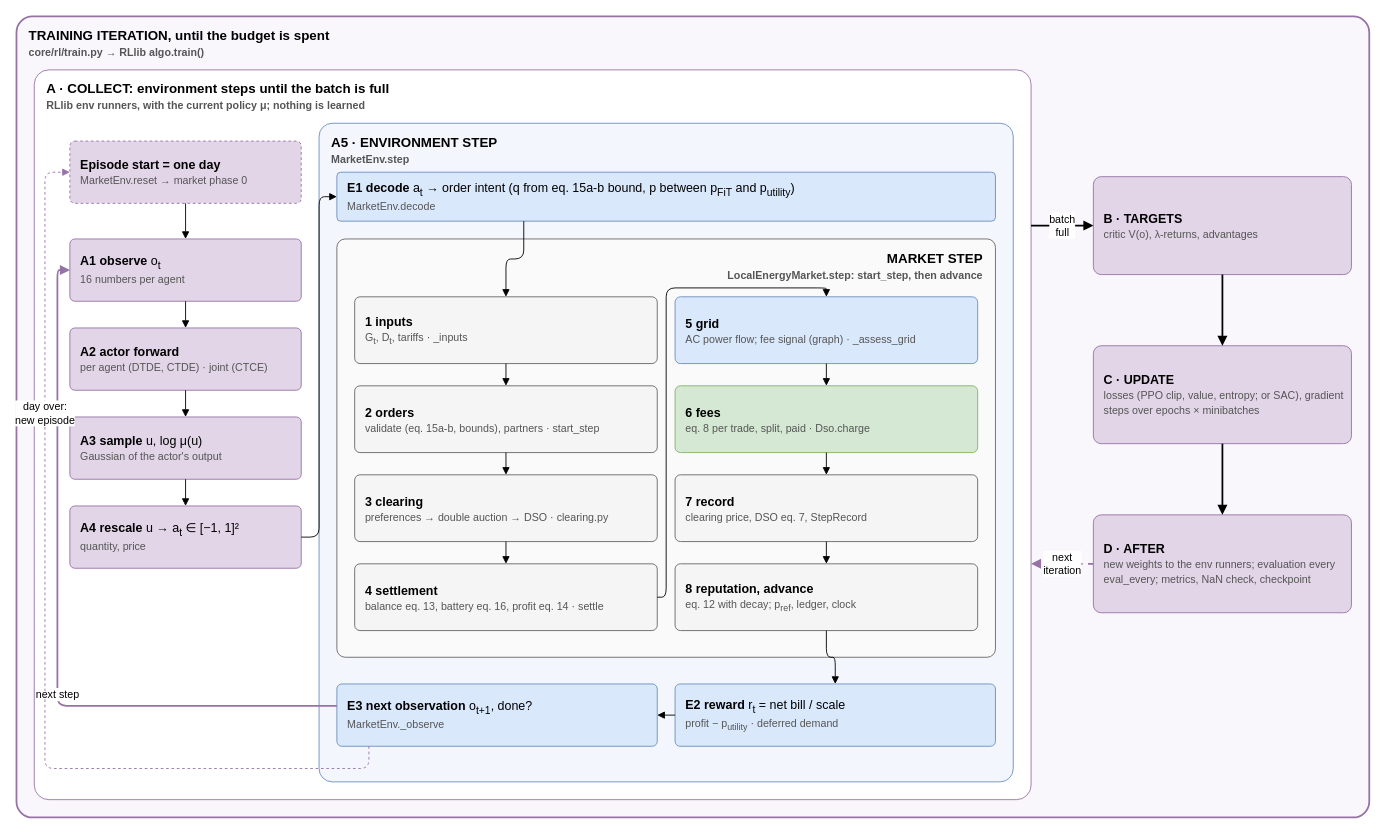
KevinRapo/P2P-thesis keeps this draw.io diagram as docs/diagrams/full_cycle.drawio. Above is the earlier version. Source tidied: cells renumbered, new cells numbered last; positions are measured from the earlier drawing's top-left corner, leaving out a move shared by most shapes. Both pictures are drawn from the tidied source at 89%, with x=0, y=0 at pixel (16, 16).
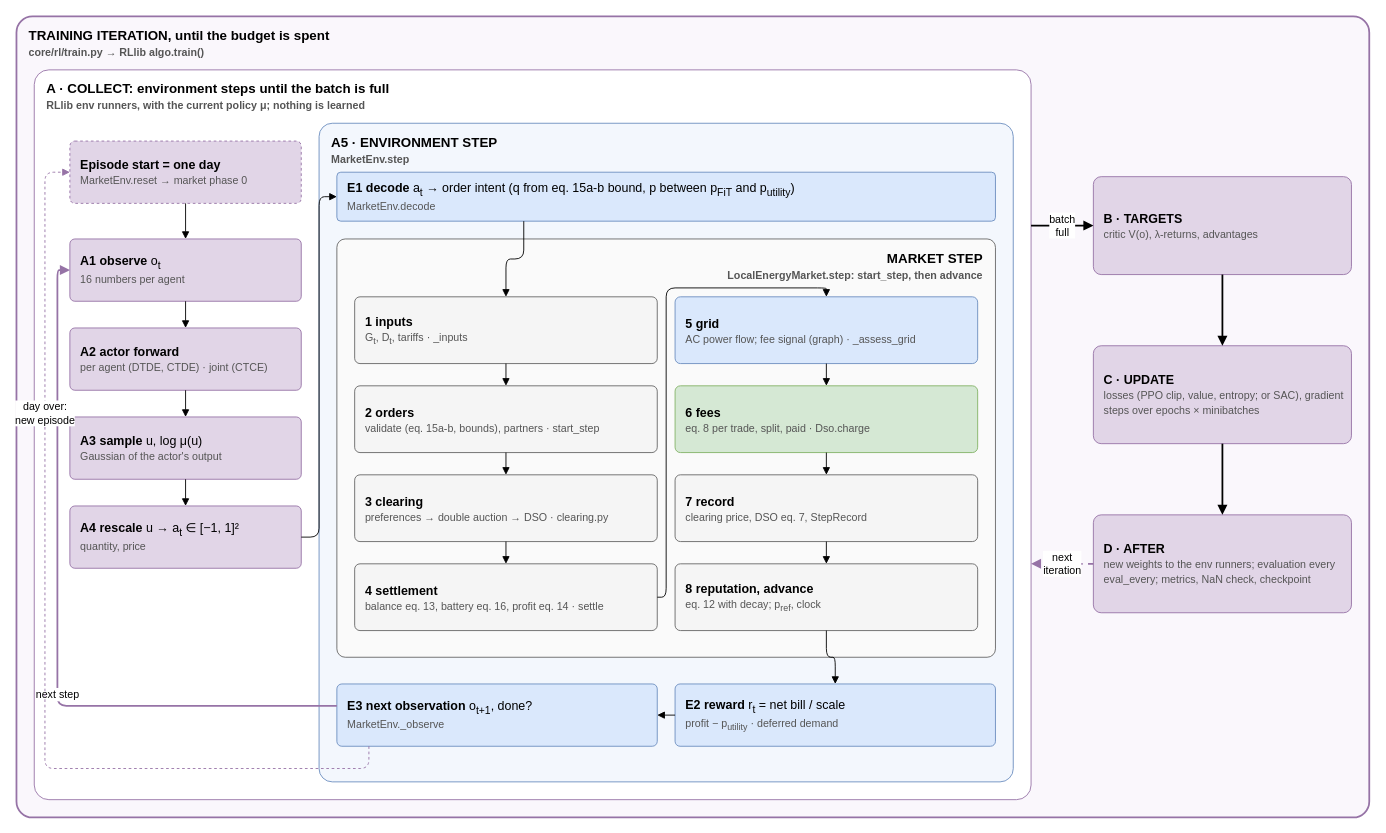
The same diagram, later.

What changed in the source:
```diff
@@
-    <mxCell id="19" value="&lt;b&gt;8 reputation, advance&lt;/b&gt;&lt;br&gt;&lt;font style=&quot;font-size:12px&quot; color=&quot;#555555&quot;&gt;eq. 12 with decay; p&lt;sub&gt;ref&lt;/sub&gt;, ledger, clock&lt;/font&gt;" style="rounded=1;whiteSpace=wrap;html=1;fontSize=14;arcSize=8;align=left;verticalAlign=middle;spacingLeft=10;spacingRight=6;fillColor=#f5f5f5;strokeColor=#666666;" parent="1" vertex="1">
+    <mxCell id="19" value="&lt;b&gt;8 reputation, advance&lt;/b&gt;&lt;br&gt;&lt;font style=&quot;font-size:12px&quot; color=&quot;#555555&quot;&gt;eq. 12 with decay; p&lt;sub&gt;ref&lt;/sub&gt;, clock&lt;/font&gt;" style="rounded=1;whiteSpace=wrap;html=1;fontSize=14;arcSize=8;align=left;verticalAlign=middle;spacingLeft=10;spacingRight=6;fillColor=#f5f5f5;strokeColor=#666666;" parent="1" vertex="1">
       <mxGeometry x="740" y="615" width="340" height="75" as="geometry" />
     </mxCell>
```
